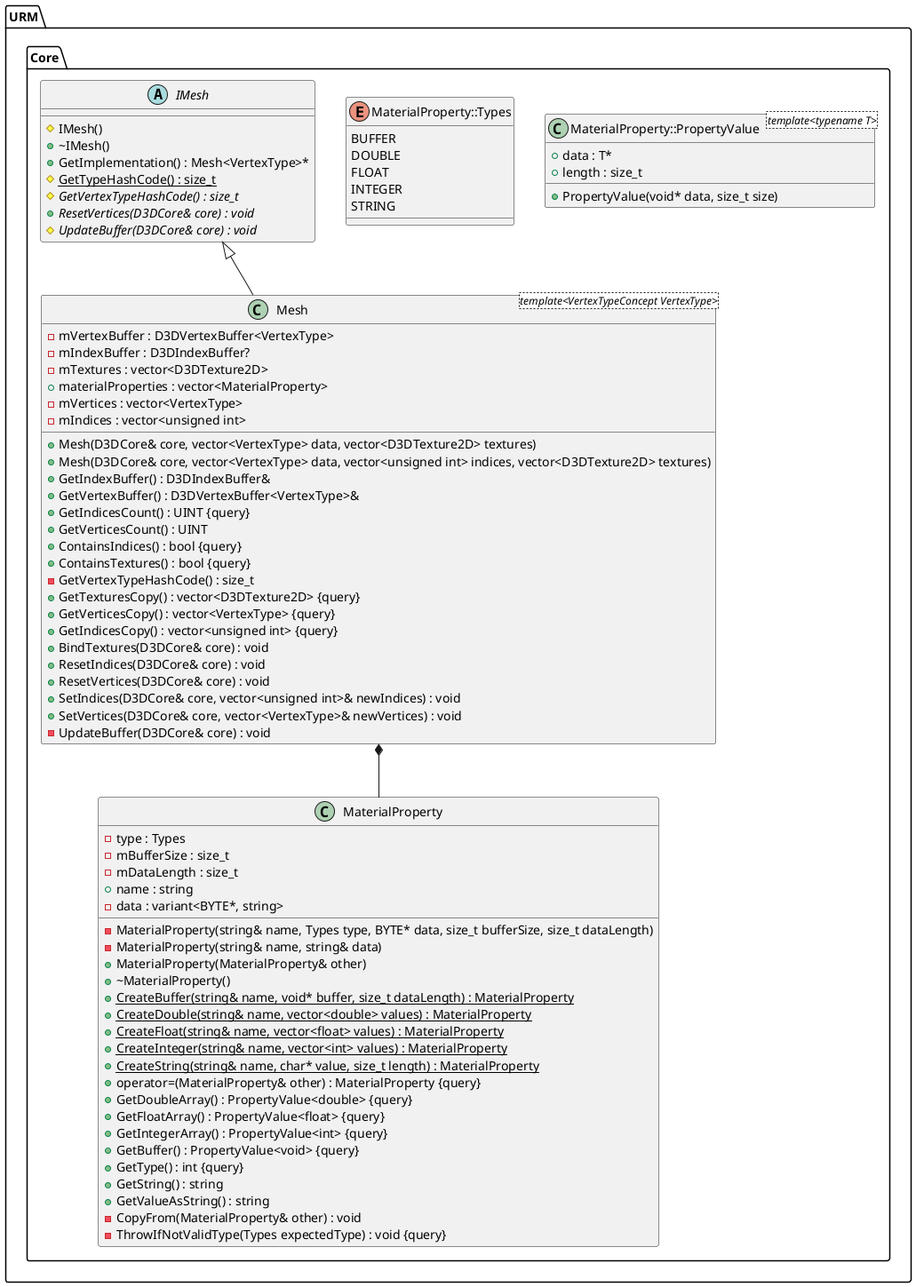
Above: Latex/images/UML/mesh.png in MinikPLayer/MasterThesis_UniversalRenderingModule_D3D11 (PlantUML), before the change.
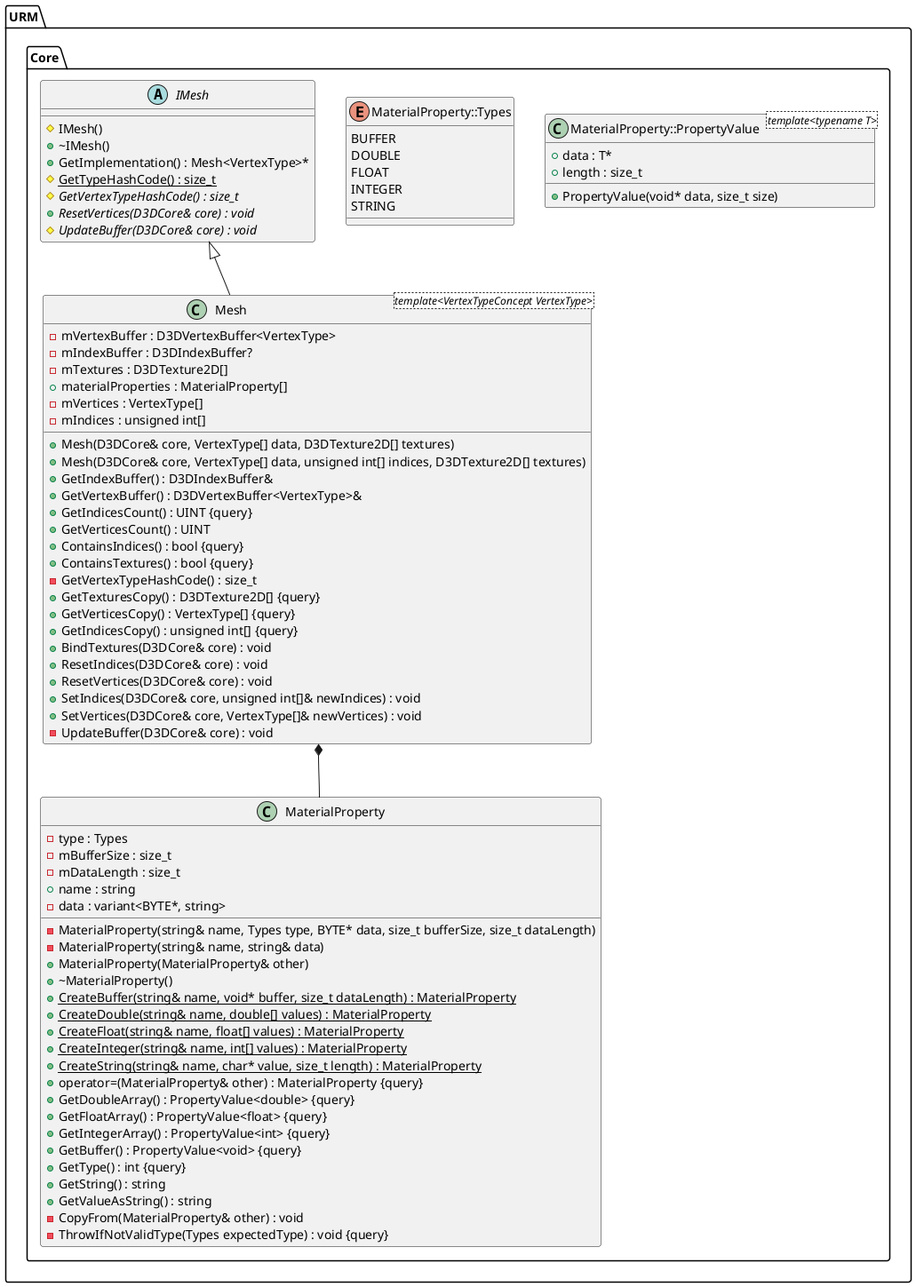
The same diagram one commit later.

Diff of the diagram source:
```diff
@@ -24,9 +24,9 @@
 			+MaterialProperty(MaterialProperty& other)
 			+~MaterialProperty()
 			+{static} CreateBuffer(string& name, void* buffer, size_t dataLength) : MaterialProperty
-			+{static} CreateDouble(string& name, vector<double> values) : MaterialProperty
-			+{static} CreateFloat(string& name, vector<float> values) : MaterialProperty
-			+{static} CreateInteger(string& name, vector<int> values) : MaterialProperty
+			+{static} CreateDouble(string& name, double[] values) : MaterialProperty
+			+{static} CreateFloat(string& name, float[] values) : MaterialProperty
+			+{static} CreateInteger(string& name, int[] values) : MaterialProperty
 			+{static} CreateString(string& name, char* value, size_t length) : MaterialProperty
 			+operator=(MaterialProperty& other) : MaterialProperty {query}
 			+GetDoubleArray() : PropertyValue<double> {query}
@@ -46,8 +46,8 @@
 		}
 
 		class Mesh <template<VertexTypeConcept VertexType>> {
-			+Mesh(D3DCore& core, vector<VertexType> data, vector<D3DTexture2D> textures)
-			+Mesh(D3DCore& core, vector<VertexType> data, vector<unsigned int> indices, vector<D3DTexture2D> textures)
+			+Mesh(D3DCore& core, VertexType[] data, D3DTexture2D[] textures)
+			+Mesh(D3DCore& core, VertexType[] data, unsigned int[] indices, D3DTexture2D[] textures)
 			+GetIndexBuffer() : D3DIndexBuffer&
 			-mVertexBuffer : D3DVertexBuffer<VertexType>
 			+GetVertexBuffer() : D3DVertexBuffer<VertexType>&
@@ -57,18 +57,18 @@
 			+ContainsTextures() : bool {query}
 			-GetVertexTypeHashCode() : size_t
 			-mIndexBuffer : D3DIndexBuffer?
-			+GetTexturesCopy() : vector<D3DTexture2D> {query}
-			-mTextures : vector<D3DTexture2D>
-			+materialProperties : vector<MaterialProperty>
-			+GetVerticesCopy() : vector<VertexType> {query}
-			-mVertices : vector<VertexType>
-			+GetIndicesCopy() : vector<unsigned int> {query}
-			-mIndices : vector<unsigned int>
+			+GetTexturesCopy() : D3DTexture2D[] {query}
+			-mTextures : D3DTexture2D[]
+			+materialProperties : MaterialProperty[]
+			+GetVerticesCopy() : VertexType[] {query}
+			-mVertices : VertexType[]
+			+GetIndicesCopy() : unsigned int[] {query}
+			-mIndices : unsigned int[]
 			+BindTextures(D3DCore& core) : void
 			+ResetIndices(D3DCore& core) : void
 			+ResetVertices(D3DCore& core) : void
-			+SetIndices(D3DCore& core, vector<unsigned int>& newIndices) : void
-			+SetVertices(D3DCore& core, vector<VertexType>& newVertices) : void
+			+SetIndices(D3DCore& core, unsigned int[]& newIndices) : void
+			+SetVertices(D3DCore& core, VertexType[]& newVertices) : void
 			-UpdateBuffer(D3DCore& core) : void
 		}
 
```
